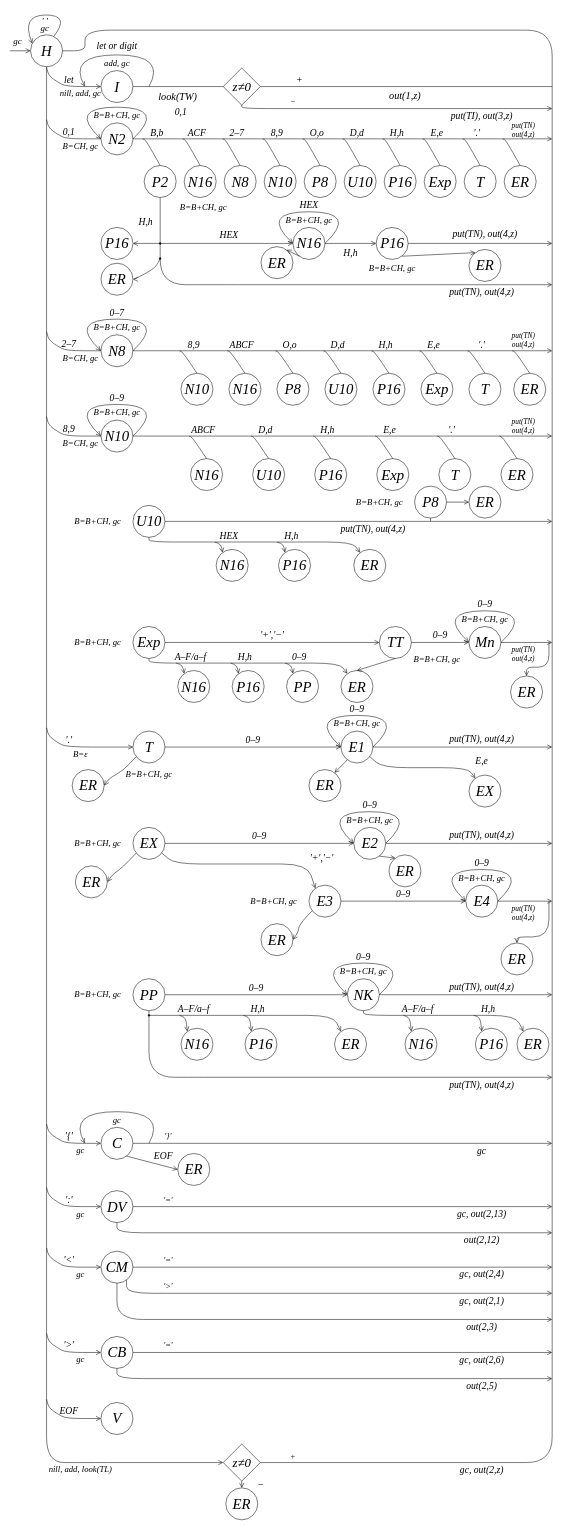
mxnrxe/ModelLanguageLab keeps this draw.io diagram as docs/Схема.drawio. Above is the earlier version. Source tidied: cells renumbered, new cells numbered last; positions are measured from the earlier drawing's top-left corner, leaving out a move shared by most shapes. Both pictures are drawn from the tidied source at 32%, with x=0, y=0 at pixel (6, 14).
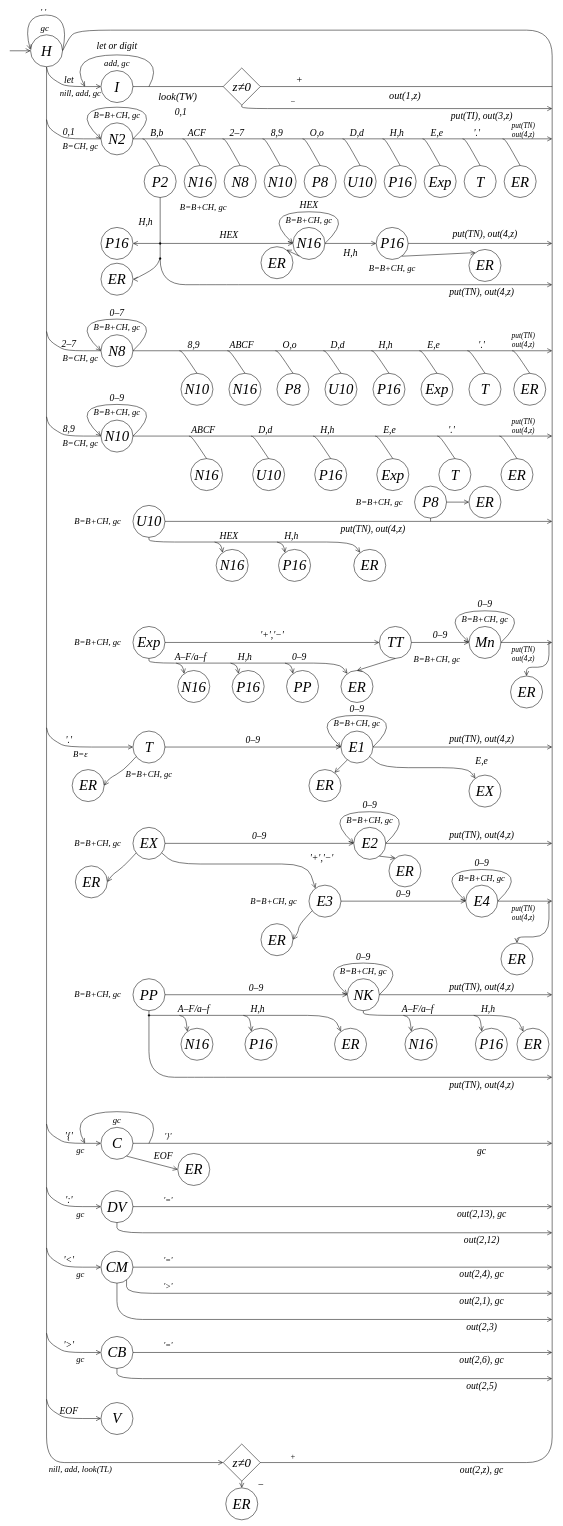
The same diagram, later.

Commit message (it also covers changes not shown here):
Align scanner output order with final diagram

Unchanged cells that the change refers to:
```xml
<mxCell id="2" value="H" style="ellipse;html=0;whiteSpace=wrap;fillColor=#ffffff;strokeColor=#000000;strokeWidth=1.6;fontFamily=Times New Roman;fontSize=46;fontStyle=2;" parent="1" vertex="1">
  <mxGeometry x="75" y="64.2" width="100" height="100" as="geometry" />
</mxCell>
<mxCell id="362" value="z≠0" style="rhombus;html=0;whiteSpace=wrap;fillColor=#ffffff;strokeColor=#000000;strokeWidth=1.6;fontFamily=Times New Roman;fontSize=40;fontStyle=2;" parent="1" vertex="1">
  <mxGeometry x="677" y="4468" width="116" height="116" as="geometry" />
</mxCell>
```

What changed in the source:
```diff
@@
-    <mxCell id="7" value="gc" style="text;html=0;strokeColor=none;fillColor=none;align=center;verticalAlign=middle;whiteSpace=wrap;fontFamily=Times New Roman;fontStyle=2;fontSize=28;spacing=0;" parent="1" vertex="1">
-      <mxGeometry y="64.1" width="70" height="40" as="geometry" />
-    </mxCell>
-    <mxCell id="8" style="endArrow=open;endFill=0;endSize=12;startArrow=none;strokeColor=#000000;strokeWidth=1.6;rounded=1;arcSize=160;html=0;exitX=0.7;exitY=0.1;exitPerimeter=1;entryX=0.1;entryY=0.3;entryPerimeter=1;curved=1;" parent="1" edge="1" source="2" target="2">
-      <mxGeometry relative="1" as="geometry">
+    <mxCell id="8" style="endArrow=open;endFill=0;endSize=12;startArrow=none;strokeColor=#000000;strokeWidth=1.6;rounded=1;arcSize=160;html=0;exitX=1.003;exitY=0.481;exitPerimeter=0;entryX=-0.007;entryY=0.461;entryPerimeter=0;curved=1;entryDx=0;entryDy=0;exitDx=0;exitDy=0;" parent="1" edge="1" source="2" target="2">
+      <mxGeometry x="-0.05" relative="1" as="geometry">
         <Array as="points">
           <mxPoint x="200" y="2.4" />
           <mxPoint x="45" y="2.4" />
         </Array>
       </mxGeometry>
     </mxCell>
     <mxCell id="9" value="' '" style="text;html=0;strokeColor=none;fillColor=none;align=center;verticalAlign=middle;whiteSpace=wrap;fontFamily=Times New Roman;fontStyle=2;fontSize=28;spacing=0;" parent="1" vertex="1">
-      <mxGeometry x="30" y="-0.4" width="180" height="40" as="geometry" />
+      <mxGeometry x="25" y="-27" width="180" height="40" as="geometry" />
     </mxCell>
@@
-    <mxCell id="394" value="gc, out(2,13)" style="text;html=0;strokeColor=none;fillColor=none;align=center;verticalAlign=middle;whiteSpace=wrap;fontFamily=Times New Roman;fontStyle=2;fontSize=30;spacing=0;" parent="1" vertex="1">
+    <mxCell id="394" value="out(2,13), gc" style="text;html=0;strokeColor=none;fillColor=none;align=center;verticalAlign=middle;whiteSpace=wrap;fontFamily=Times New Roman;fontStyle=2;fontSize=30;spacing=0;" parent="1" vertex="1">
       <mxGeometry x="1270" y="3727.7" width="430" height="40" as="geometry" />
     </mxCell>
@@
-    <mxCell id="398" value="gc, out(2,4)" style="text;html=0;strokeColor=none;fillColor=none;align=center;verticalAlign=middle;whiteSpace=wrap;fontFamily=Times New Roman;fontStyle=2;fontSize=30;spacing=0;" parent="1" vertex="1">
+    <mxCell id="398" value="out(2,4), gc" style="text;html=0;strokeColor=none;fillColor=none;align=center;verticalAlign=middle;whiteSpace=wrap;fontFamily=Times New Roman;fontStyle=2;fontSize=30;spacing=0;" parent="1" vertex="1">
       <mxGeometry x="1270" y="3916.9" width="430" height="40" as="geometry" />
     </mxCell>
@@
-    <mxCell id="402" value="gc, out(2,1)" style="text;html=0;strokeColor=none;fillColor=none;align=center;verticalAlign=middle;whiteSpace=wrap;fontFamily=Times New Roman;fontStyle=2;fontSize=30;spacing=0;" parent="1" vertex="1">
+    <mxCell id="402" value="out(2,1), gc" style="text;html=0;strokeColor=none;fillColor=none;align=center;verticalAlign=middle;whiteSpace=wrap;fontFamily=Times New Roman;fontStyle=2;fontSize=30;spacing=0;" parent="1" vertex="1">
       <mxGeometry x="1270" y="3998.6" width="430" height="40" as="geometry" />
     </mxCell>
@@
-    <mxCell id="406" value="gc, out(2,6)" style="text;html=0;strokeColor=none;fillColor=none;align=center;verticalAlign=middle;whiteSpace=wrap;fontFamily=Times New Roman;fontStyle=2;fontSize=30;spacing=0;" parent="1" vertex="1">
+    <mxCell id="406" value="out(2,6), gc" style="text;html=0;strokeColor=none;fillColor=none;align=center;verticalAlign=middle;whiteSpace=wrap;fontFamily=Times New Roman;fontStyle=2;fontSize=30;spacing=0;" parent="1" vertex="1">
       <mxGeometry x="1270" y="4183.5" width="430" height="40" as="geometry" />
     </mxCell>
@@
     <mxCell id="422" style="endArrow=none;endFill=0;endSize=12;startArrow=none;strokeColor=#000000;strokeWidth=1.6;rounded=1;arcSize=160;html=0;exitX=1;exitY=0.5;exitPerimeter=1;entryX=1;entryY=0.5;entryPerimeter=1;" parent="1" edge="1" source="362" target="2">
       <mxGeometry relative="1" as="geometry">
         <Array as="points">
           <mxPoint x="1705" y="4526" />
           <mxPoint x="1705" y="49.7" />
           <mxPoint x="245" y="49.7" />
-          <mxPoint x="245" y="114.2" />
+          <mxPoint x="202" y="62.7" />
         </Array>
       </mxGeometry>
     </mxCell>
@@
-    <mxCell id="424" value="gc, out(2,z)" style="text;html=0;strokeColor=none;fillColor=none;align=center;verticalAlign=middle;whiteSpace=wrap;fontFamily=Times New Roman;fontStyle=2;fontSize=30;spacing=0;" parent="1" vertex="1">
+    <mxCell id="424" value="out(2,z), gc" style="text;html=0;strokeColor=none;fillColor=none;align=center;verticalAlign=middle;whiteSpace=wrap;fontFamily=Times New Roman;fontStyle=2;fontSize=30;spacing=0;" parent="1" vertex="1">
       <mxGeometry x="1270" y="4527.5" width="430" height="40" as="geometry" />
     </mxCell>
```
